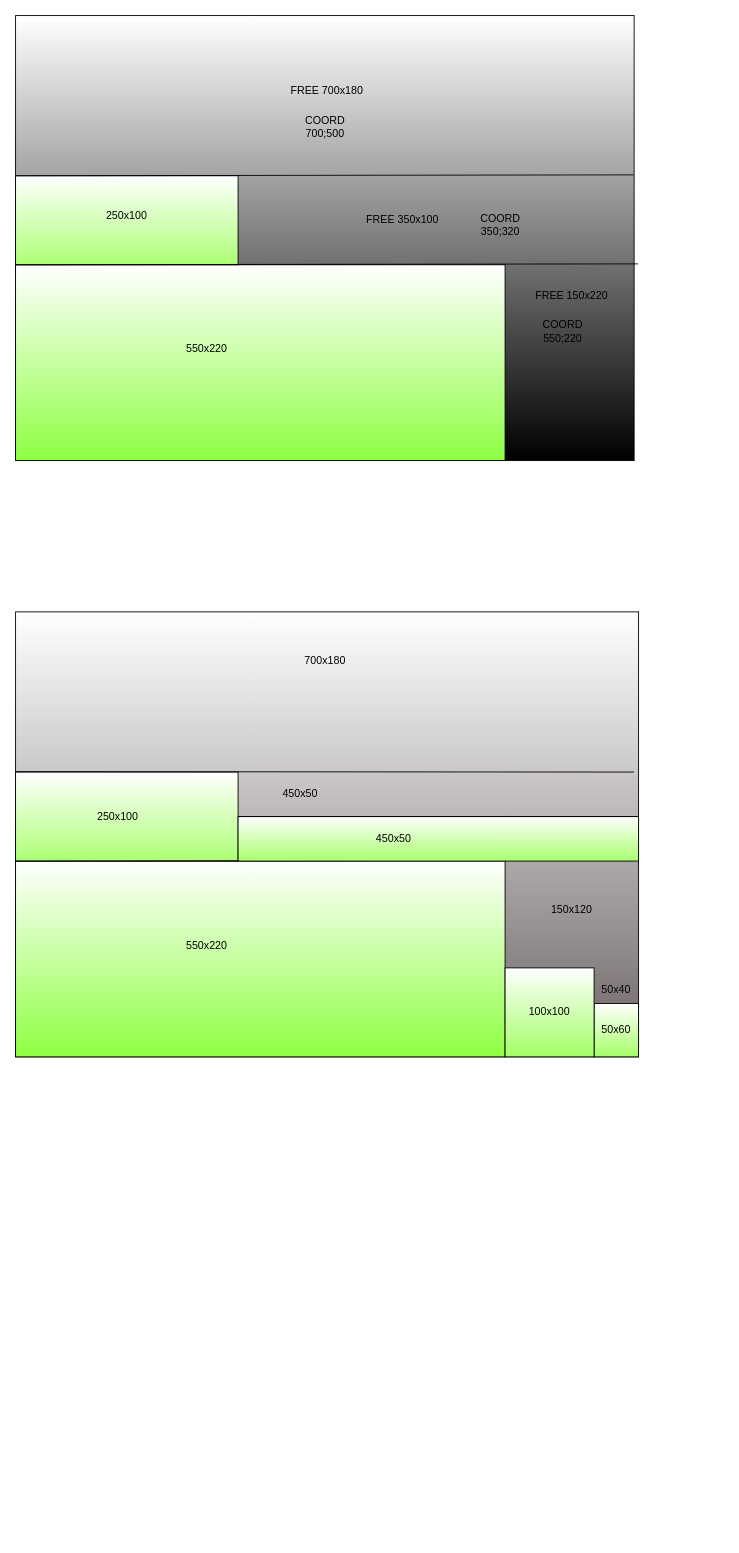
The draw.io diagram Visual.drawio in balanyaroslaw/guillotine_binpack, before the edit. Source tidied: cells renumbered, new cells numbered last; positions are measured from the earlier drawing's top-left corner, leaving out a move shared by most shapes. Both pictures are drawn from the tidied source at 89%, with x=0, y=0 at pixel (15, 15).
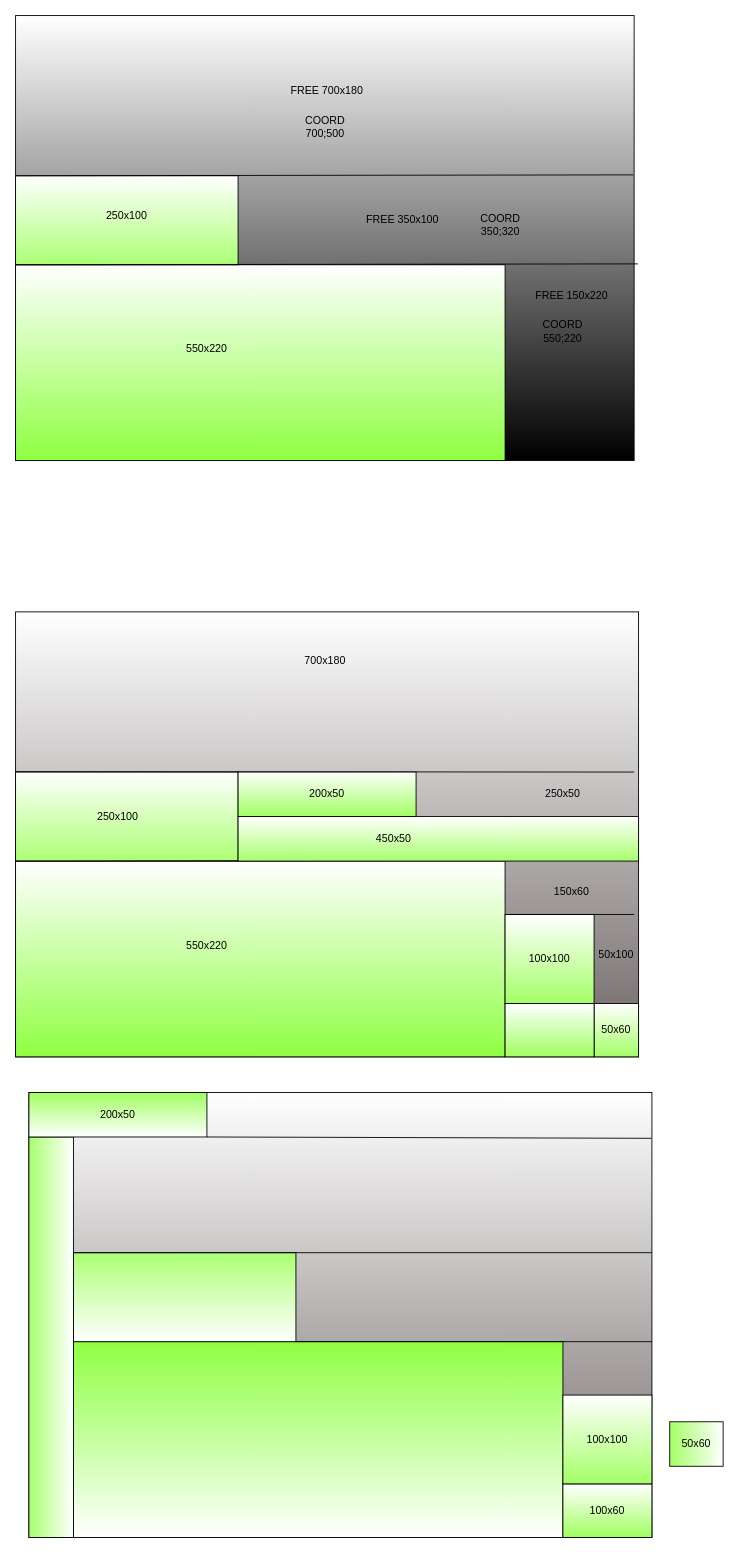
The same page after the edit.

Unchanged cells that the change refers to:
```xml
<mxCell id="15" style="rounded=0;whiteSpace=wrap;html=1;gradientColor=#6d6464;" parent="1" vertex="1">
  <mxGeometry y="670" width="700" height="500" as="geometry" />
</mxCell>
<mxCell id="22" style="rounded=0;whiteSpace=wrap;html=1;strokeColor=#000000;gradientColor=#a8ff6d;" parent="1" vertex="1">
  <mxGeometry x="250" y="900" width="450" height="50" as="geometry" />
</mxCell>
```

Change to the diagram source:
```diff
@@
-    <mxCell id="21" value="150x120" style="text;html=1;strokeColor=none;fillColor=none;align=center;verticalAlign=middle;whiteSpace=wrap;rounded=0;" parent="1" vertex="1">
-      <mxGeometry x="575" y="990" width="100" height="30" as="geometry" />
+    <mxCell id="21" value="150x60" style="text;html=1;strokeColor=none;fillColor=none;align=center;verticalAlign=middle;whiteSpace=wrap;rounded=0;" parent="1" vertex="1">
+      <mxGeometry x="575" y="970" width="100" height="30" as="geometry" />
     </mxCell>
@@
-    <mxCell id="23" value="450x50" style="text;html=1;strokeColor=none;fillColor=none;align=center;verticalAlign=middle;whiteSpace=wrap;rounded=0;" parent="1" vertex="1">
-      <mxGeometry x="290" y="860" width="60" height="30" as="geometry" />
+    <mxCell id="23" value="250x50" style="text;html=1;strokeColor=none;fillColor=none;align=center;verticalAlign=middle;whiteSpace=wrap;rounded=0;" parent="1" vertex="1">
+      <mxGeometry x="585" y="860" width="60" height="30" as="geometry" />
     </mxCell>
@@
-    <mxCell id="26" style="endArrow=none;html=1;rounded=0;entryX=0;entryY=0;entryDx=0;entryDy=0;exitX=1;exitY=0;exitDx=0;exitDy=0;" parent="1" edge="1" source="22" target="22">
-      <mxGeometry relative="1" as="geometry" />
-    </mxCell>
@@
     <mxCell id="29" value="100x100" style="rounded=0;whiteSpace=wrap;html=1;gradientColor=#a4ff66;" parent="1" vertex="1">
-      <mxGeometry x="550" y="1070" width="100" height="100" as="geometry" />
+      <mxGeometry x="550" y="1010" width="100" height="100" as="geometry" />
     </mxCell>
-    <mxCell id="30" value="50x40" style="text;html=1;strokeColor=none;fillColor=none;align=center;verticalAlign=middle;whiteSpace=wrap;rounded=0;" parent="1" vertex="1">
-      <mxGeometry x="645" y="1080" width="60" height="30" as="geometry" />
+    <mxCell id="30" value="50x100" style="text;html=1;strokeColor=none;fillColor=none;align=center;verticalAlign=middle;whiteSpace=wrap;rounded=0;" parent="1" vertex="1">
+      <mxGeometry x="645" y="1040" width="60" height="30" as="geometry" />
     </mxCell>
+    <mxCell id="31" style="rounded=0;whiteSpace=wrap;html=1;gradientColor=#a0ff61;" parent="1" vertex="1">
+      <mxGeometry x="550" y="1110" width="100" height="60" as="geometry" />
+    </mxCell>
+    <mxCell id="32" style="endArrow=none;html=1;rounded=0;exitX=0;exitY=0;exitDx=0;exitDy=0;entryX=0.993;entryY=0.68;entryDx=0;entryDy=0;entryPerimeter=0;" parent="1" edge="1" source="29" target="15">
+      <mxGeometry relative="1" as="geometry" />
+    </mxCell>
+    <mxCell id="33" value="200x50" style="rounded=0;whiteSpace=wrap;html=1;gradientColor=#a0ff61;" parent="1" vertex="1">
+      <mxGeometry x="250" y="850" width="200" height="50" as="geometry" />
+    </mxCell>
+    <mxCell id="34" style="rounded=0;whiteSpace=wrap;html=1;gradientColor=#6d6464;" parent="1" vertex="1">
+      <mxGeometry x="15" y="1210" width="700" height="500" as="geometry" />
+    </mxCell>
+    <mxCell id="35" style="rounded=0;whiteSpace=wrap;html=1;gradientColor=#8EFF42;direction=west;" parent="1" vertex="1">
+      <mxGeometry x="65" y="1490" width="550" height="220" as="geometry" />
+    </mxCell>
+    <mxCell id="36" style="rounded=0;whiteSpace=wrap;html=1;gradientColor=#acff74;direction=west;" parent="1" vertex="1">
+      <mxGeometry x="65" y="1390" width="250" height="100" as="geometry" />
+    </mxCell>
+    <mxCell id="37" style="rounded=0;whiteSpace=wrap;html=1;strokeColor=#000000;gradientColor=#a8ff6d;direction=south;" parent="1" vertex="1">
+      <mxGeometry x="15" y="1260" width="50" height="450" as="geometry" />
+    </mxCell>
+    <mxCell id="38" value="50x60" style="rounded=0;whiteSpace=wrap;html=1;gradientColor=#a4ff66;direction=south;" parent="1" vertex="1">
+      <mxGeometry x="735" y="1580" width="60" height="50" as="geometry" />
+    </mxCell>
+    <mxCell id="39" value="100x100" style="rounded=0;whiteSpace=wrap;html=1;gradientColor=#a4ff66;" parent="1" vertex="1">
+      <mxGeometry x="615" y="1550" width="100" height="100" as="geometry" />
+    </mxCell>
+    <mxCell id="40" value="100x60" style="rounded=0;whiteSpace=wrap;html=1;gradientColor=#a0ff61;direction=east;" parent="1" vertex="1">
+      <mxGeometry x="615" y="1650" width="100" height="60" as="geometry" />
+    </mxCell>
+    <mxCell id="41" value="200x50" style="rounded=0;whiteSpace=wrap;html=1;gradientColor=#a0ff61;direction=west;" parent="1" vertex="1">
+      <mxGeometry x="15" y="1210" width="200" height="50" as="geometry" />
+    </mxCell>
+    <mxCell id="42" style="endArrow=none;html=1;rounded=0;exitX=0.289;exitY=0;exitDx=0;exitDy=0;exitPerimeter=0;entryX=1;entryY=0;entryDx=0;entryDy=0;" parent="1" edge="1" source="37">
+      <mxGeometry relative="1" as="geometry">
+        <mxPoint x="715" y="1390" as="targetPoint" />
+      </mxGeometry>
+    </mxCell>
+    <mxCell id="43" style="endArrow=none;html=1;rounded=0;exitX=0;exitY=0;exitDx=0;exitDy=0;entryX=1;entryY=0;entryDx=0;entryDy=0;" parent="1" edge="1" source="36">
+      <mxGeometry relative="1" as="geometry">
+        <mxPoint x="715" y="1490" as="targetPoint" />
+      </mxGeometry>
+    </mxCell>
+    <mxCell id="44" style="endArrow=none;html=1;rounded=0;exitX=0;exitY=0;exitDx=0;exitDy=0;entryX=0.999;entryY=0.103;entryDx=0;entryDy=0;entryPerimeter=0;" parent="1" edge="1" source="41" target="34">
+      <mxGeometry relative="1" as="geometry" />
+    </mxCell>
```
